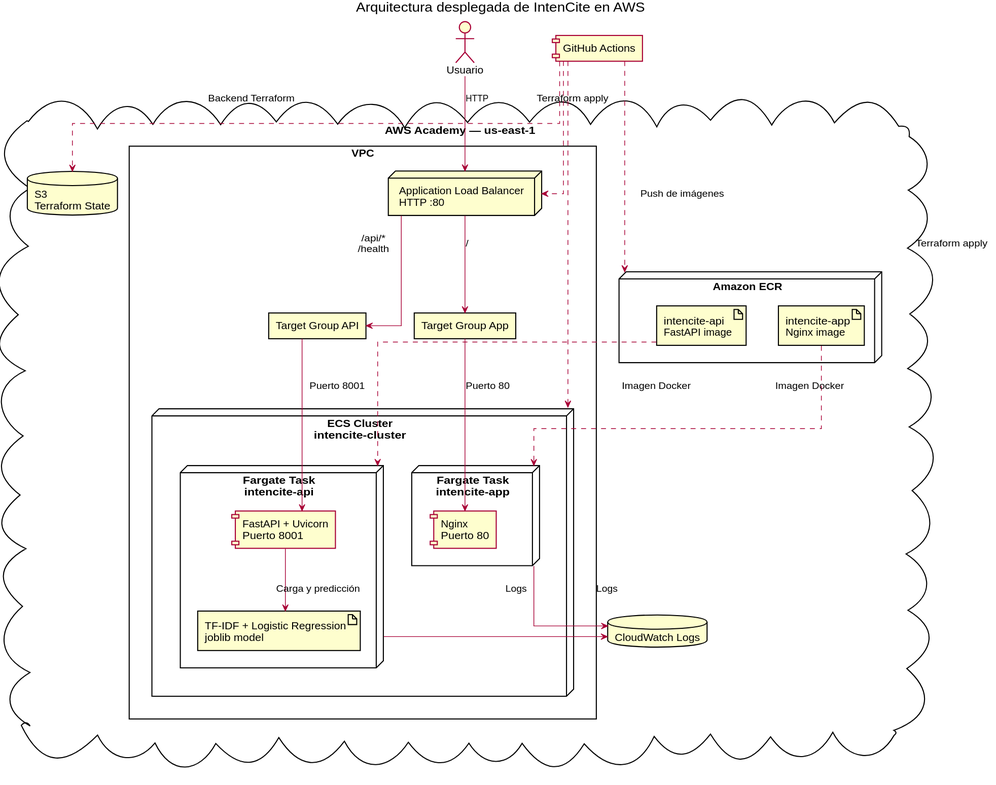
The PlantUML diagram docs/diagrams/02-arquitectura-aws.svg in jtorresor/citation-recommendation-nlp, before a commit.
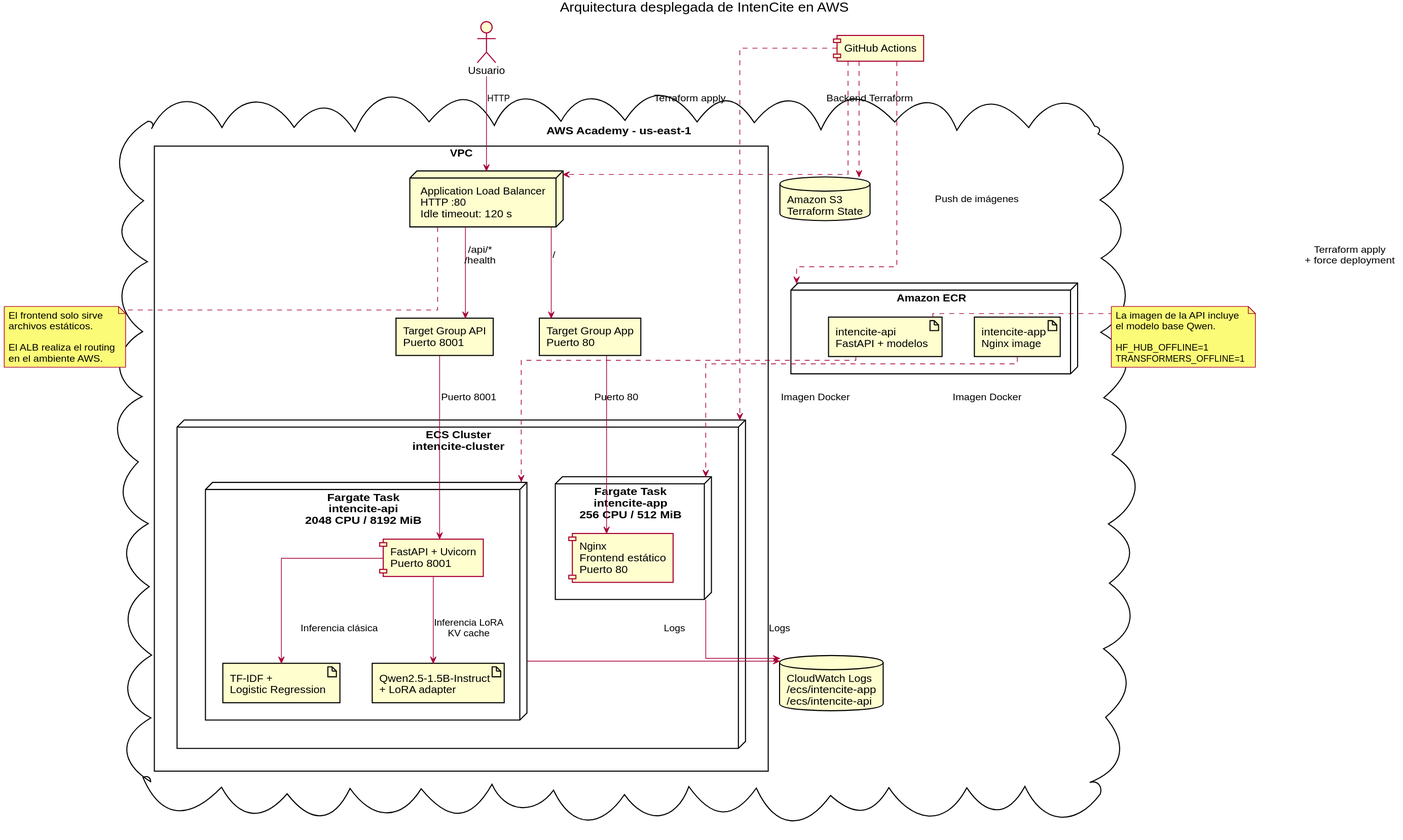
The same diagram one commit later.

What changed in the source:
```diff
@@ -12,36 +12,39 @@
 actor "Usuario" as User
 component "GitHub Actions" as Actions
 
-cloud "AWS Academy — us-east-1" as AWS {
+cloud "AWS Academy - us-east-1" as AWS {
 
-    database "S3\nTerraform State" as State
+    database "Amazon S3\nTerraform State" as State
 
     node "Amazon ECR" as ECR {
         artifact "intencite-app\nNginx image" as AppImage
-        artifact "intencite-api\nFastAPI image" as ApiImage
+        artifact "intencite-api\nFastAPI + modelos" as ApiImage
     }
 
     rectangle "VPC" as VPC {
 
-        node "Application Load Balancer\nHTTP :80" as ALB
+        node "Application Load Balancer\nHTTP :80\nIdle timeout: 120 s" as ALB
 
-        rectangle "Target Group App" as AppTG
-        rectangle "Target Group API" as ApiTG
+        rectangle "Target Group App\nPuerto 80" as AppTG
+        rectangle "Target Group API\nPuerto 8001" as ApiTG
 
         node "ECS Cluster\nintencite-cluster" as ECS {
 
-            node "Fargate Task\nintencite-app" as AppTask {
-                component "Nginx\nPuerto 80" as Nginx
+            node "Fargate Task\nintencite-app\n256 CPU / 512 MiB" as AppTask {
+                component "Nginx\nFrontend estático\nPuerto 80" as Nginx
             }
 
-            node "Fargate Task\nintencite-api" as ApiTask {
+            node "Fargate Task\nintencite-api\n2048 CPU / 8192 MiB" as ApiTask {
                 component "FastAPI + Uvicorn\nPuerto 8001" as FastAPI
-                artifact "TF-IDF + Logistic Regression\njoblib model" as Model
+
+                artifact "TF-IDF +\nLogistic Regression" as Baseline
+
+                artifact "Qwen2.5-1.5B-Instruct\n+ LoRA adapter" as Qwen
             }
         }
     }
 
-    database "CloudWatch Logs" as Logs
+    database "CloudWatch Logs\n/ecs/intencite-app\n/ecs/intencite-api" as Logs
 }
 
 User --> ALB : HTTP
@@ -52,7 +55,8 @@
 ALB --> ApiTG : /api/*\n/health
 ApiTG --> FastAPI : Puerto 8001
 
-FastAPI --> Model : Carga y predicción
+FastAPI --> Baseline : Inferencia clásica
+FastAPI --> Qwen : Inferencia LoRA\nKV cache
 
 AppImage ..> AppTask : Imagen Docker
 ApiImage ..> ApiTask : Imagen Docker
@@ -63,6 +67,22 @@
 Actions ..> State : Backend Terraform
 Actions ..> ECR : Push de imágenes
 Actions ..> ALB : Terraform apply
-Actions ..> ECS : Terraform apply
+Actions ..> ECS : Terraform apply\n+ force deployment
+
+note right of ApiImage
+La imagen de la API incluye
+el modelo base Qwen.
+
+HF_HUB_OFFLINE=1
+TRANSFORMERS_OFFLINE=1
+end note
+
+note bottom of ALB
+El frontend solo sirve
+archivos estáticos.
+
+El ALB realiza el routing
+en el ambiente AWS.
+end note
 
 @enduml
```
